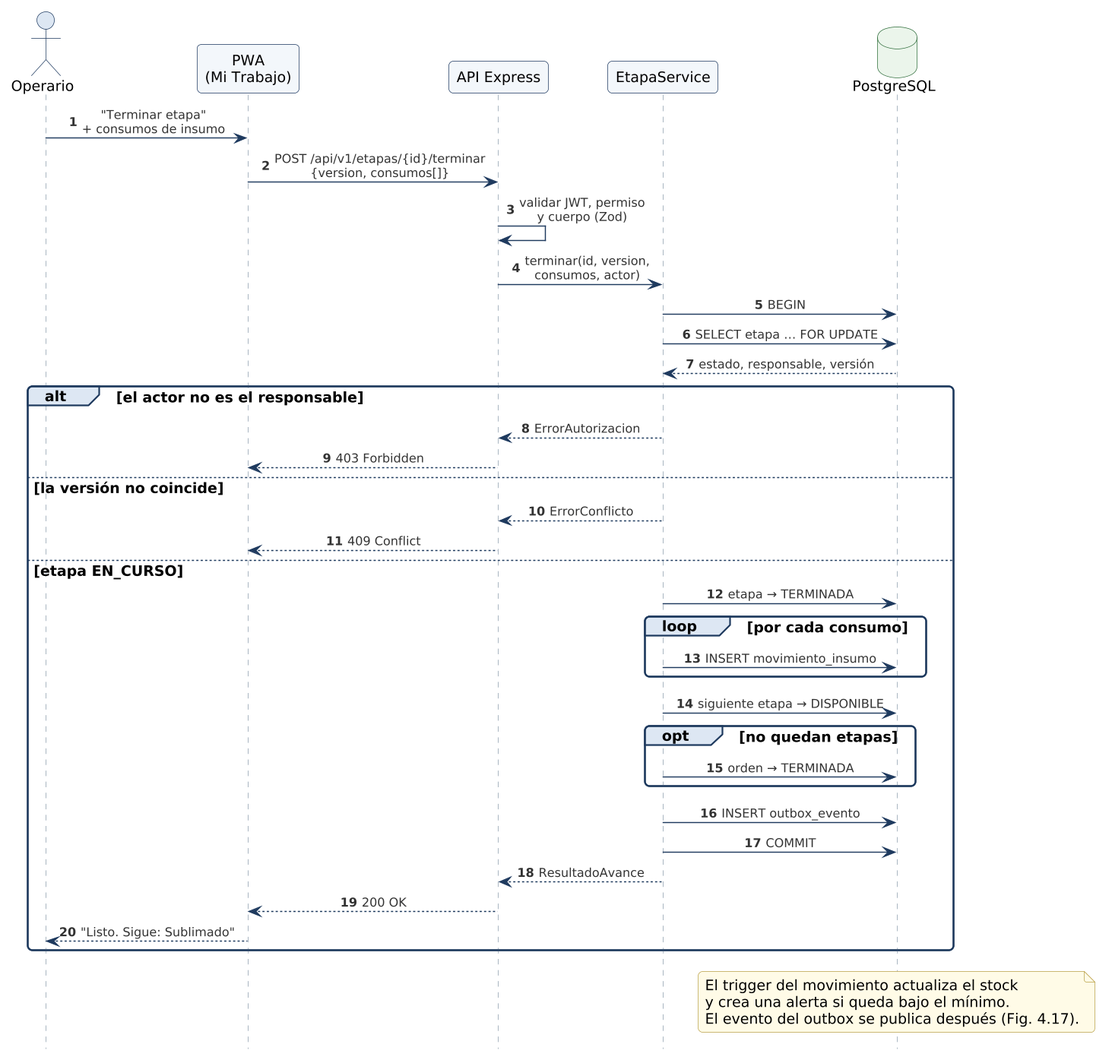
CarlosM01/Informe2ProyectoIntegrado keeps this PlantUML diagram as figuras/4.4-vista-procesos/fig-4.16-secuencia-terminar-etapa.png. Above is the earlier version. Its diagram source:
```plantuml
@startuml
!include ../_comun/estilo.iuml
autonumber
hide footbox
skinparam sequenceMessageAlign center
skinparam responseMessageBelowArrow true

actor "Operario" as OP
participant "PWA\n(Mi Trabajo)" as PWA
participant "API Express" as API
participant "EtapaService" as ES
database "PostgreSQL" as PG

OP -> PWA : "Terminar etapa"\n+ consumos de insumo
PWA -> API : POST /api/v1/etapas/{id}/terminar\n{version, consumos[]}
API -> API : validar JWT, permiso\ny cuerpo (Zod)
API -> ES : terminar(id, version,\nconsumos, actor)
ES -> PG : BEGIN
ES -> PG : SELECT etapa … FOR UPDATE
PG --> ES : estado, responsable, versión

alt el actor no es el responsable
  ES --> API : ErrorAutorizacion
  API --> PWA : 403 Forbidden
else la versión no coincide
  ES --> API : ErrorConflicto
  API --> PWA : 409 Conflict
else etapa EN_CURSO
  ES -> PG : etapa → TERMINADA
  loop por cada consumo
    ES -> PG : INSERT movimiento_insumo
  end
  ES -> PG : siguiente etapa → DISPONIBLE
  opt no quedan etapas
    ES -> PG : orden → TERMINADA
  end
  ES -> PG : INSERT outbox_evento
  ES -> PG : COMMIT
  ES --> API : ResultadoAvance
  API --> PWA : 200 OK
  PWA --> OP : "Listo. Sigue: Sublimado"
end

note over PG
  El trigger del movimiento actualiza el stock
  y crea una alerta si queda bajo el mínimo.
  El evento del outbox se publica después (Fig. 4.17).
end note
@enduml
```
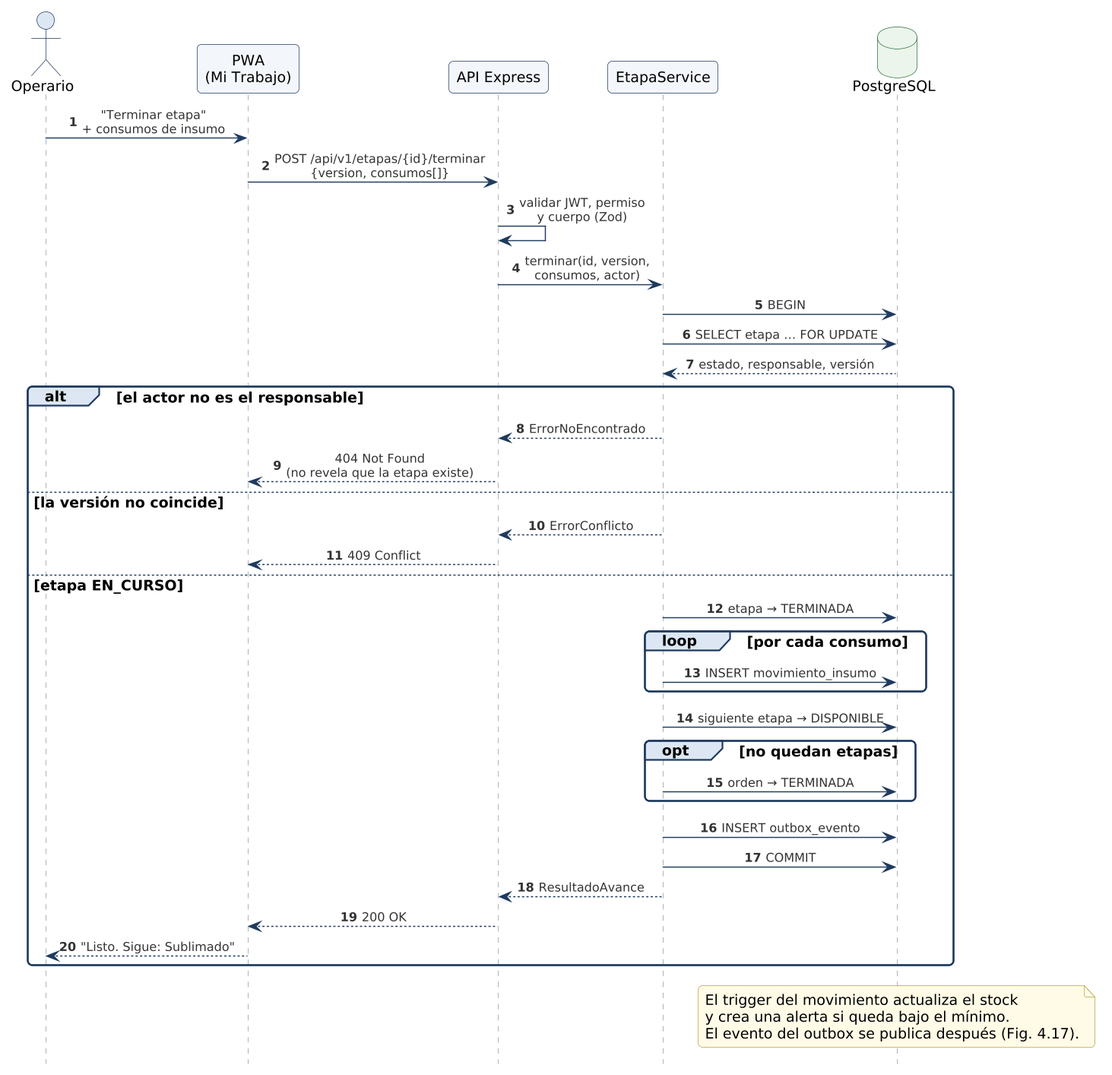
Above is the later version.

The edit, as a diff of the source:
```diff
@@ -20,8 +20,8 @@
 PG --> ES : estado, responsable, versión
 
 alt el actor no es el responsable
-  ES --> API : ErrorAutorizacion
-  API --> PWA : 403 Forbidden
+  ES --> API : ErrorNoEncontrado
+  API --> PWA : 404 Not Found\n(no revela que la etapa existe)
 else la versión no coincide
   ES --> API : ErrorConflicto
   API --> PWA : 409 Conflict
```
